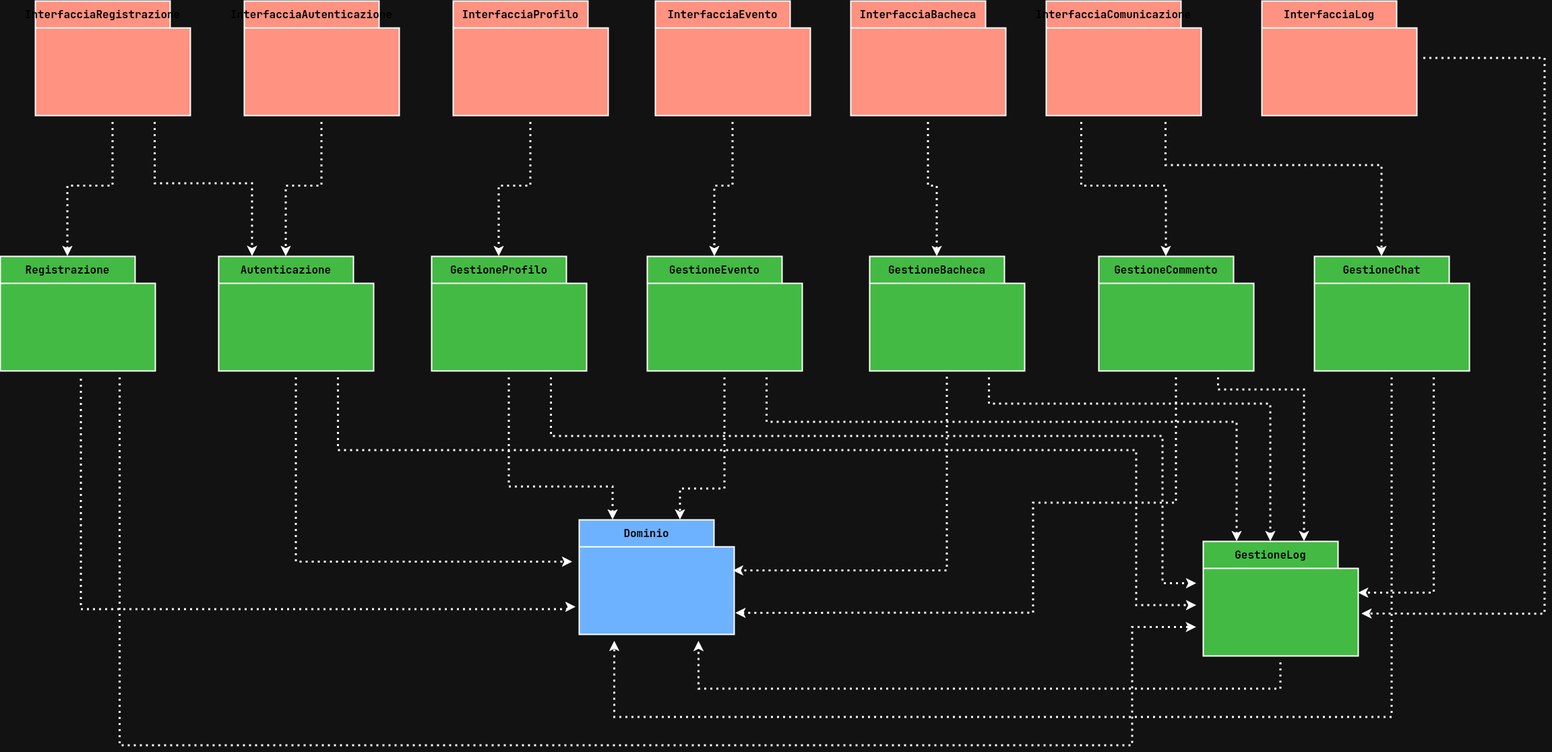
federicoporpora/studyLink keeps this draw.io diagram as latex/images/diagramma-dei-package.png. Above is the earlier version. Source tidied: cells renumbered, new cells last; positions are measured from the earlier drawing's top-left corner, leaving out a move shared by most shapes.
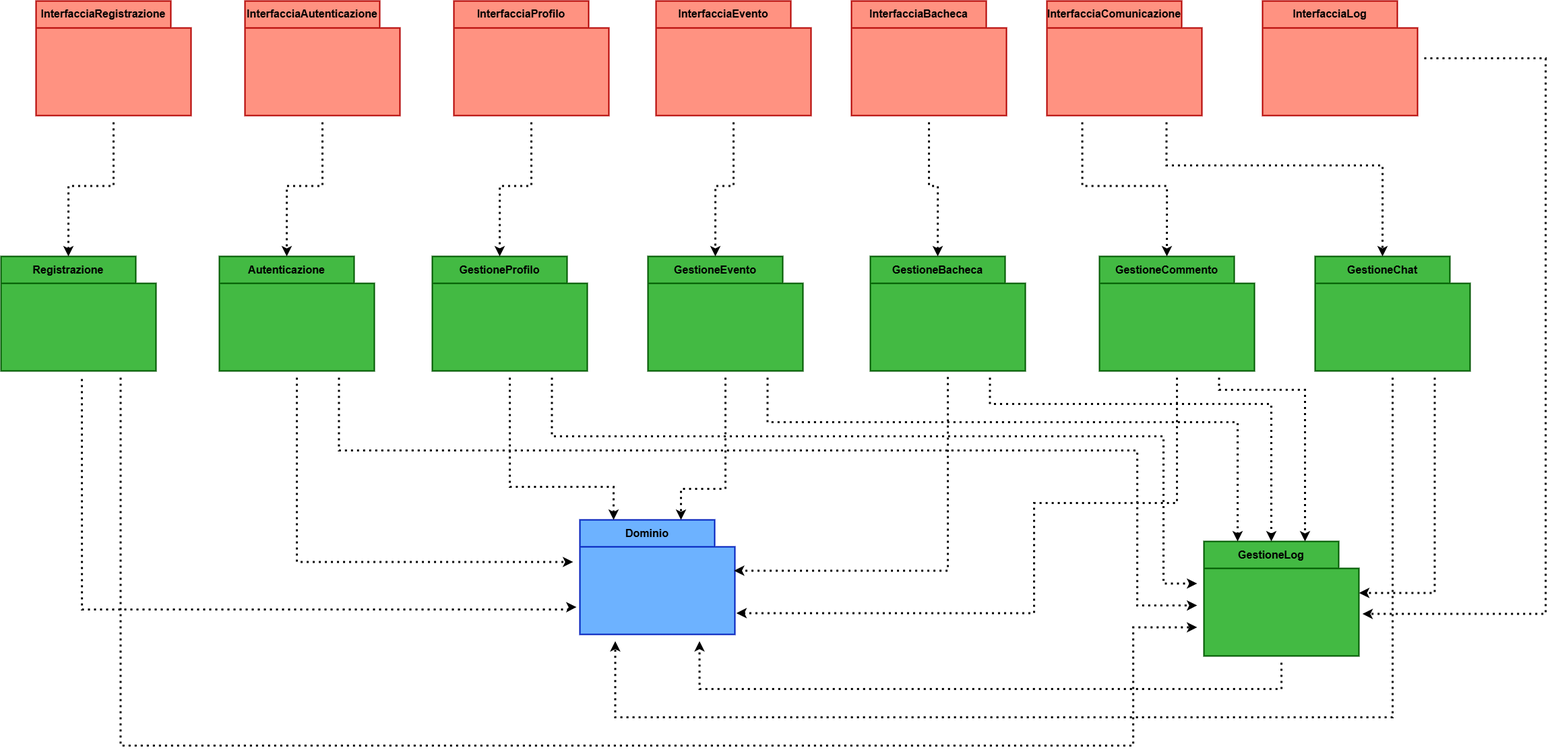
After the change.

Change to the diagram source:
```diff
@@ -7,3 +7,3 @@
     </mxCell>
-    <mxCell id="3" style="shape=folder;fontStyle=1;spacingTop=10;tabWidth=200;tabHeight=40;tabPosition=left;html=1;whiteSpace=wrap;labelPosition=center;verticalLabelPosition=middle;align=center;verticalAlign=middle;noLabel=0;enumerate=0;fillColor=#e51400;fontColor=#ffffff;strokeColor=light-dark(#B20000,#FFFFFF);perimeterSpacing=10;strokeWidth=2;" parent="2" vertex="1">
+    <mxCell id="3" style="shape=folder;fontStyle=1;spacingTop=10;tabWidth=200;tabHeight=40;tabPosition=left;html=1;whiteSpace=wrap;labelPosition=center;verticalLabelPosition=middle;align=center;verticalAlign=middle;noLabel=0;enumerate=0;fillColor=light-dark(#FF9281,#E51400);fontColor=#ffffff;strokeColor=light-dark(#B20000,#FFFFFF);perimeterSpacing=10;strokeWidth=2;" parent="2" vertex="1">
       <mxGeometry width="230" height="170" as="geometry" />
@@ -16,3 +16,3 @@
     </mxCell>
-    <mxCell id="6" style="shape=folder;fontStyle=1;spacingTop=10;tabWidth=200;tabHeight=40;tabPosition=left;html=1;whiteSpace=wrap;labelPosition=center;verticalLabelPosition=middle;align=center;verticalAlign=middle;noLabel=0;enumerate=0;fillColor=#e51400;fontColor=#ffffff;strokeColor=light-dark(#B20000,#FFFFFF);perimeterSpacing=10;strokeWidth=2;" parent="5" vertex="1">
+    <mxCell id="6" style="shape=folder;fontStyle=1;spacingTop=10;tabWidth=200;tabHeight=40;tabPosition=left;html=1;whiteSpace=wrap;labelPosition=center;verticalLabelPosition=middle;align=center;verticalAlign=middle;noLabel=0;enumerate=0;fillColor=light-dark(#FF9281,#E51400);fontColor=#ffffff;strokeColor=light-dark(#B20000,#FFFFFF);perimeterSpacing=10;strokeWidth=2;" parent="5" vertex="1">
       <mxGeometry width="230" height="170" as="geometry" />
@@ -25,3 +25,3 @@
     </mxCell>
-    <mxCell id="9" style="shape=folder;fontStyle=1;spacingTop=10;tabWidth=200;tabHeight=40;tabPosition=left;html=1;whiteSpace=wrap;labelPosition=center;verticalLabelPosition=middle;align=center;verticalAlign=middle;noLabel=0;enumerate=0;fillColor=#e51400;fontColor=#ffffff;strokeColor=light-dark(#B20000,#FFFFFF);perimeterSpacing=10;strokeWidth=2;" parent="8" vertex="1">
+    <mxCell id="9" style="shape=folder;fontStyle=1;spacingTop=10;tabWidth=200;tabHeight=40;tabPosition=left;html=1;whiteSpace=wrap;labelPosition=center;verticalLabelPosition=middle;align=center;verticalAlign=middle;noLabel=0;enumerate=0;fillColor=light-dark(#FF9281,#E51400);fontColor=#ffffff;strokeColor=light-dark(#B20000,#FFFFFF);perimeterSpacing=10;strokeWidth=2;" parent="8" vertex="1">
       <mxGeometry width="230" height="170" as="geometry" />
@@ -34,3 +34,3 @@
     </mxCell>
-    <mxCell id="12" style="shape=folder;fontStyle=1;spacingTop=10;tabWidth=200;tabHeight=40;tabPosition=left;html=1;whiteSpace=wrap;labelPosition=center;verticalLabelPosition=middle;align=center;verticalAlign=middle;noLabel=0;enumerate=0;fillColor=#e51400;fontColor=#ffffff;strokeColor=light-dark(#B20000,#FFFFFF);perimeterSpacing=10;strokeWidth=2;" parent="11" vertex="1">
+    <mxCell id="12" style="shape=folder;fontStyle=1;spacingTop=10;tabWidth=200;tabHeight=40;tabPosition=left;html=1;whiteSpace=wrap;labelPosition=center;verticalLabelPosition=middle;align=center;verticalAlign=middle;noLabel=0;enumerate=0;fillColor=light-dark(#FF9281,#E51400);fontColor=#ffffff;strokeColor=light-dark(#B20000,#FFFFFF);perimeterSpacing=10;strokeWidth=2;" parent="11" vertex="1">
       <mxGeometry width="230" height="170" as="geometry" />
@@ -43,3 +43,3 @@
     </mxCell>
-    <mxCell id="15" style="shape=folder;fontStyle=1;spacingTop=10;tabWidth=200;tabHeight=40;tabPosition=left;html=1;whiteSpace=wrap;labelPosition=center;verticalLabelPosition=middle;align=center;verticalAlign=middle;noLabel=0;enumerate=0;fillColor=#e51400;fontColor=#ffffff;strokeColor=light-dark(#B20000,#FFFFFF);perimeterSpacing=10;strokeWidth=2;" parent="14" vertex="1">
+    <mxCell id="15" style="shape=folder;fontStyle=1;spacingTop=10;tabWidth=200;tabHeight=40;tabPosition=left;html=1;whiteSpace=wrap;labelPosition=center;verticalLabelPosition=middle;align=center;verticalAlign=middle;noLabel=0;enumerate=0;fillColor=light-dark(#FF9281,#E51400);fontColor=#ffffff;strokeColor=light-dark(#B20000,#FFFFFF);perimeterSpacing=10;strokeWidth=2;" parent="14" vertex="1">
       <mxGeometry width="230" height="170" as="geometry" />
@@ -52,3 +52,3 @@
     </mxCell>
-    <mxCell id="18" style="shape=folder;fontStyle=1;spacingTop=10;tabWidth=200;tabHeight=40;tabPosition=left;html=1;whiteSpace=wrap;labelPosition=center;verticalLabelPosition=middle;align=center;verticalAlign=middle;noLabel=0;enumerate=0;fillColor=#e51400;fontColor=#ffffff;strokeColor=light-dark(#B20000,#FFFFFF);perimeterSpacing=10;strokeWidth=2;" parent="17" vertex="1">
+    <mxCell id="18" style="shape=folder;fontStyle=1;spacingTop=10;tabWidth=200;tabHeight=40;tabPosition=left;html=1;whiteSpace=wrap;labelPosition=center;verticalLabelPosition=middle;align=center;verticalAlign=middle;noLabel=0;enumerate=0;fillColor=light-dark(#FF9281,#E51400);fontColor=#ffffff;strokeColor=light-dark(#B20000,#FFFFFF);perimeterSpacing=10;strokeWidth=2;" parent="17" vertex="1">
       <mxGeometry width="230" height="170" as="geometry" />
@@ -61,3 +61,3 @@
     </mxCell>
-    <mxCell id="21" style="shape=folder;fontStyle=1;spacingTop=10;tabWidth=200;tabHeight=40;tabPosition=left;html=1;whiteSpace=wrap;labelPosition=center;verticalLabelPosition=middle;align=center;verticalAlign=middle;noLabel=0;enumerate=0;fillColor=#0050ef;fontColor=#ffffff;strokeColor=light-dark(#001DBC,#FFFFFF);perimeterSpacing=10;strokeWidth=2;" parent="20" vertex="1">
+    <mxCell id="21" style="shape=folder;fontStyle=1;spacingTop=10;tabWidth=200;tabHeight=40;tabPosition=left;html=1;whiteSpace=wrap;labelPosition=center;verticalLabelPosition=middle;align=center;verticalAlign=middle;noLabel=0;enumerate=0;fillColor=light-dark(#6DB2FF,#0050EF);fontColor=#ffffff;strokeColor=light-dark(#001DBC,#FFFFFF);perimeterSpacing=10;strokeWidth=2;" parent="20" vertex="1">
       <mxGeometry width="230" height="170" as="geometry" />
@@ -70,3 +70,3 @@
     </mxCell>
-    <mxCell id="24" style="shape=folder;fontStyle=1;spacingTop=10;tabWidth=200;tabHeight=40;tabPosition=left;html=1;whiteSpace=wrap;labelPosition=center;verticalLabelPosition=middle;align=center;verticalAlign=middle;noLabel=0;enumerate=0;fillColor=#e51400;fontColor=#ffffff;strokeColor=light-dark(#B20000,#FFFFFF);perimeterSpacing=10;strokeWidth=2;" parent="23" vertex="1">
+    <mxCell id="24" style="shape=folder;fontStyle=1;spacingTop=10;tabWidth=200;tabHeight=40;tabPosition=left;html=1;whiteSpace=wrap;labelPosition=center;verticalLabelPosition=middle;align=center;verticalAlign=middle;noLabel=0;enumerate=0;fillColor=light-dark(#FF9281,#E51400);fontColor=#ffffff;strokeColor=light-dark(#B20000,#FFFFFF);perimeterSpacing=10;strokeWidth=2;" parent="23" vertex="1">
       <mxGeometry width="230" height="170" as="geometry" />
@@ -79,3 +79,3 @@
     </mxCell>
-    <mxCell id="27" style="shape=folder;fontStyle=1;spacingTop=10;tabWidth=200;tabHeight=40;tabPosition=left;html=1;whiteSpace=wrap;labelPosition=center;verticalLabelPosition=middle;align=center;verticalAlign=middle;noLabel=0;enumerate=0;fillColor=#008a00;fontColor=#ffffff;strokeColor=light-dark(#005700,#FFFFFF);perimeterSpacing=10;strokeWidth=2;" parent="26" vertex="1">
+    <mxCell id="27" style="shape=folder;fontStyle=1;spacingTop=10;tabWidth=200;tabHeight=40;tabPosition=left;html=1;whiteSpace=wrap;labelPosition=center;verticalLabelPosition=middle;align=center;verticalAlign=middle;noLabel=0;enumerate=0;fillColor=light-dark(#43BA43,#008A00);fontColor=#ffffff;strokeColor=light-dark(#005700,#FFFFFF);perimeterSpacing=10;strokeWidth=2;" parent="26" vertex="1">
       <mxGeometry width="230" height="170" as="geometry" />
@@ -88,3 +88,3 @@
     </mxCell>
-    <mxCell id="30" style="shape=folder;fontStyle=1;spacingTop=10;tabWidth=200;tabHeight=40;tabPosition=left;html=1;whiteSpace=wrap;labelPosition=center;verticalLabelPosition=middle;align=center;verticalAlign=middle;noLabel=0;enumerate=0;fillColor=#008a00;fontColor=#ffffff;strokeColor=light-dark(#005700,#FFFFFF);perimeterSpacing=10;strokeWidth=2;" parent="29" vertex="1">
+    <mxCell id="30" style="shape=folder;fontStyle=1;spacingTop=10;tabWidth=200;tabHeight=40;tabPosition=left;html=1;whiteSpace=wrap;labelPosition=center;verticalLabelPosition=middle;align=center;verticalAlign=middle;noLabel=0;enumerate=0;fillColor=light-dark(#43BA43,#008A00);fontColor=#ffffff;strokeColor=light-dark(#005700,#FFFFFF);perimeterSpacing=10;strokeWidth=2;" parent="29" vertex="1">
       <mxGeometry width="230" height="170" as="geometry" />
@@ -97,3 +97,3 @@
     </mxCell>
-    <mxCell id="33" style="shape=folder;fontStyle=1;spacingTop=10;tabWidth=200;tabHeight=40;tabPosition=left;html=1;whiteSpace=wrap;labelPosition=center;verticalLabelPosition=middle;align=center;verticalAlign=middle;noLabel=0;enumerate=0;fillColor=#008a00;fontColor=#ffffff;strokeColor=light-dark(#005700,#FFFFFF);perimeterSpacing=10;strokeWidth=2;" parent="32" vertex="1">
+    <mxCell id="33" style="shape=folder;fontStyle=1;spacingTop=10;tabWidth=200;tabHeight=40;tabPosition=left;html=1;whiteSpace=wrap;labelPosition=center;verticalLabelPosition=middle;align=center;verticalAlign=middle;noLabel=0;enumerate=0;fillColor=light-dark(#43BA43,#008A00);fontColor=#ffffff;strokeColor=light-dark(#005700,#FFFFFF);perimeterSpacing=10;strokeWidth=2;" parent="32" vertex="1">
       <mxGeometry width="230" height="170" as="geometry" />
@@ -106,3 +106,3 @@
     </mxCell>
-    <mxCell id="36" style="shape=folder;fontStyle=1;spacingTop=10;tabWidth=200;tabHeight=40;tabPosition=left;html=1;whiteSpace=wrap;labelPosition=center;verticalLabelPosition=middle;align=center;verticalAlign=middle;noLabel=0;enumerate=0;fillColor=#008a00;fontColor=#ffffff;strokeColor=light-dark(#005700,#FFFFFF);perimeterSpacing=10;strokeWidth=2;" parent="35" vertex="1">
+    <mxCell id="36" style="shape=folder;fontStyle=1;spacingTop=10;tabWidth=200;tabHeight=40;tabPosition=left;html=1;whiteSpace=wrap;labelPosition=center;verticalLabelPosition=middle;align=center;verticalAlign=middle;noLabel=0;enumerate=0;fillColor=light-dark(#43BA43,#008A00);fontColor=#ffffff;strokeColor=light-dark(#005700,#FFFFFF);perimeterSpacing=10;strokeWidth=2;" parent="35" vertex="1">
       <mxGeometry width="230" height="170" as="geometry" />
@@ -112,6 +112,6 @@
     </mxCell>
-    <mxCell id="38" style="group;" parent="1" vertex="1">
+    <mxCell id="38" style="group;fillColor=none;" parent="1" vertex="1">
       <mxGeometry x="1290" y="379" width="230" height="170" as="geometry" />
     </mxCell>
-    <mxCell id="39" style="shape=folder;fontStyle=1;spacingTop=10;tabWidth=200;tabHeight=40;tabPosition=left;html=1;whiteSpace=wrap;labelPosition=center;verticalLabelPosition=middle;align=center;verticalAlign=middle;noLabel=0;enumerate=0;fillColor=#008a00;fontColor=#ffffff;strokeColor=light-dark(#005700,#FFFFFF);perimeterSpacing=10;strokeWidth=2;" parent="38" vertex="1">
+    <mxCell id="39" style="shape=folder;fontStyle=1;spacingTop=10;tabWidth=200;tabHeight=40;tabPosition=left;html=1;whiteSpace=wrap;labelPosition=center;verticalLabelPosition=middle;align=center;verticalAlign=middle;noLabel=0;enumerate=0;fillColor=light-dark(#43BA43,#008A00);fontColor=#ffffff;strokeColor=light-dark(#005700,#FFFFFF);perimeterSpacing=10;strokeWidth=2;" parent="38" vertex="1">
       <mxGeometry width="230" height="170" as="geometry" />
@@ -124,3 +124,3 @@
     </mxCell>
-    <mxCell id="42" style="shape=folder;fontStyle=1;spacingTop=10;tabWidth=200;tabHeight=40;tabPosition=left;html=1;whiteSpace=wrap;labelPosition=center;verticalLabelPosition=middle;align=center;verticalAlign=middle;noLabel=0;enumerate=0;fillColor=#008a00;fontColor=#ffffff;strokeColor=light-dark(#005700,#FFFFFF);perimeterSpacing=10;strokeWidth=2;" parent="41" vertex="1">
+    <mxCell id="42" style="shape=folder;fontStyle=1;spacingTop=10;tabWidth=200;tabHeight=40;tabPosition=left;html=1;whiteSpace=wrap;labelPosition=center;verticalLabelPosition=middle;align=center;verticalAlign=middle;noLabel=0;enumerate=0;fillColor=light-dark(#43BA43,#008A00);fontColor=#ffffff;strokeColor=light-dark(#005700,#FFFFFF);perimeterSpacing=10;strokeWidth=2;" parent="41" vertex="1">
       <mxGeometry width="230" height="170" as="geometry" />
@@ -133,3 +133,3 @@
     </mxCell>
-    <mxCell id="45" style="shape=folder;fontStyle=1;spacingTop=10;tabWidth=200;tabHeight=40;tabPosition=left;html=1;whiteSpace=wrap;labelPosition=center;verticalLabelPosition=middle;align=center;verticalAlign=middle;noLabel=0;enumerate=0;fillColor=#008a00;fontColor=#ffffff;strokeColor=light-dark(#005700,#FFFFFF);perimeterSpacing=10;strokeWidth=2;" parent="44" vertex="1">
+    <mxCell id="45" style="shape=folder;fontStyle=1;spacingTop=10;tabWidth=200;tabHeight=40;tabPosition=left;html=1;whiteSpace=wrap;labelPosition=center;verticalLabelPosition=middle;align=center;verticalAlign=middle;noLabel=0;enumerate=0;fillColor=light-dark(#43BA43,#008A00);fontColor=#ffffff;strokeColor=light-dark(#005700,#FFFFFF);perimeterSpacing=10;strokeWidth=2;" parent="44" vertex="1">
       <mxGeometry width="230" height="170" as="geometry" />
@@ -142,3 +142,3 @@
     </mxCell>
-    <mxCell id="48" style="shape=folder;fontStyle=1;spacingTop=10;tabWidth=200;tabHeight=40;tabPosition=left;html=1;whiteSpace=wrap;labelPosition=center;verticalLabelPosition=middle;align=center;verticalAlign=middle;noLabel=0;enumerate=0;fillColor=#008a00;fontColor=#ffffff;strokeColor=light-dark(#005700,#FFFFFF);perimeterSpacing=10;strokeWidth=2;" parent="47" vertex="1">
+    <mxCell id="48" style="shape=folder;fontStyle=1;spacingTop=10;tabWidth=200;tabHeight=40;tabPosition=left;html=1;whiteSpace=wrap;labelPosition=center;verticalLabelPosition=middle;align=center;verticalAlign=middle;noLabel=0;enumerate=0;fillColor=light-dark(#43BA43,#008A00);fontColor=#ffffff;strokeColor=light-dark(#005700,#FFFFFF);perimeterSpacing=10;strokeWidth=2;" parent="47" vertex="1">
       <mxGeometry width="230" height="170" as="geometry" />
@@ -304,10 +304,2 @@
     </mxCell>
-    <mxCell id="73" style="edgeStyle=orthogonalEdgeStyle;rounded=0;jettySize=auto;html=1;exitX=0.75;exitY=1;exitDx=0;exitDy=0;exitPerimeter=0;entryX=0.25;entryY=0;entryDx=0;entryDy=0;dashed=1;dashPattern=1 2;strokeWidth=3;" parent="1" edge="1" source="3" target="31">
-      <mxGeometry relative="1" as="geometry">
-        <Array as="points">
-          <mxPoint x="230" y="271" />
-          <mxPoint x="374" y="271" />
-        </Array>
-      </mxGeometry>
-    </mxCell>
   </root>
```
